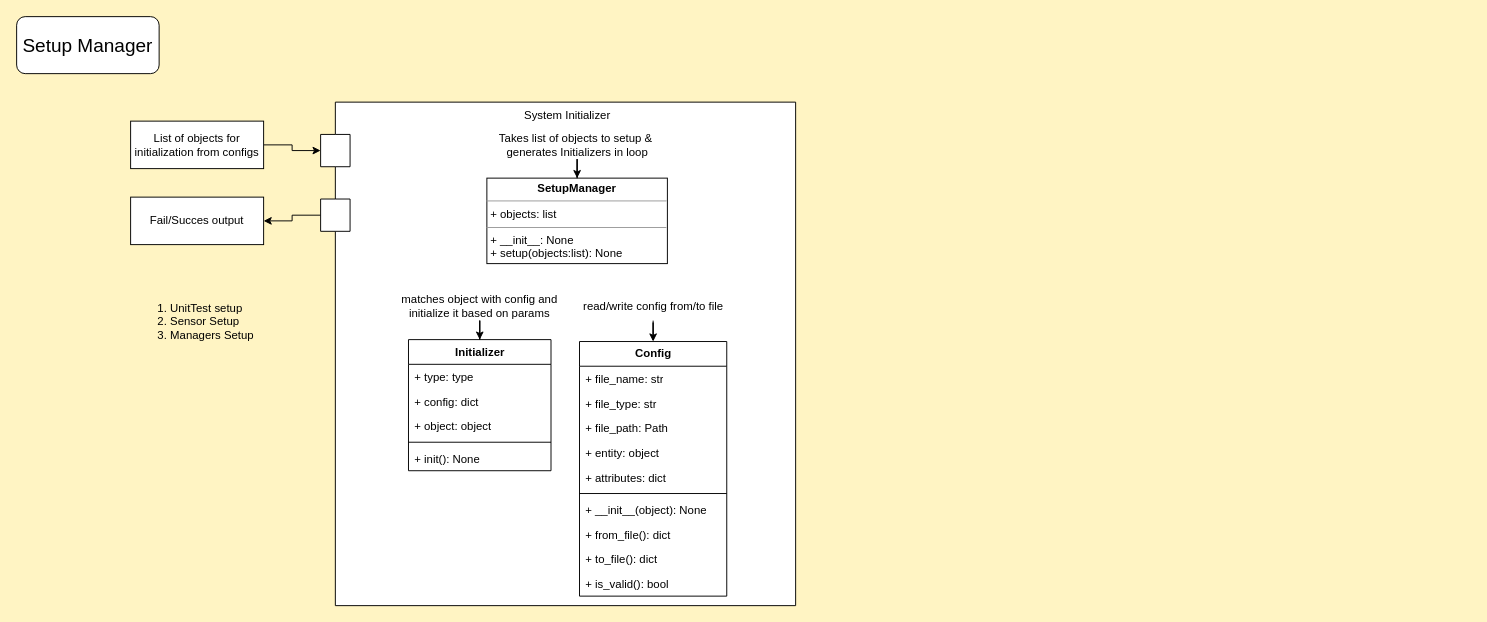
Earlier version of the draw.io diagram diagrams/SetupManager/SetupManager.drawio (fatrybl/ModuSLAM). Source tidied: cells renumbered, new cells numbered last; positions are measured from the earlier drawing's top-left corner, leaving out a move shared by most shapes. Both pictures are drawn from the tidied source at 95%, with x=0, y=0 at pixel (16, 16).
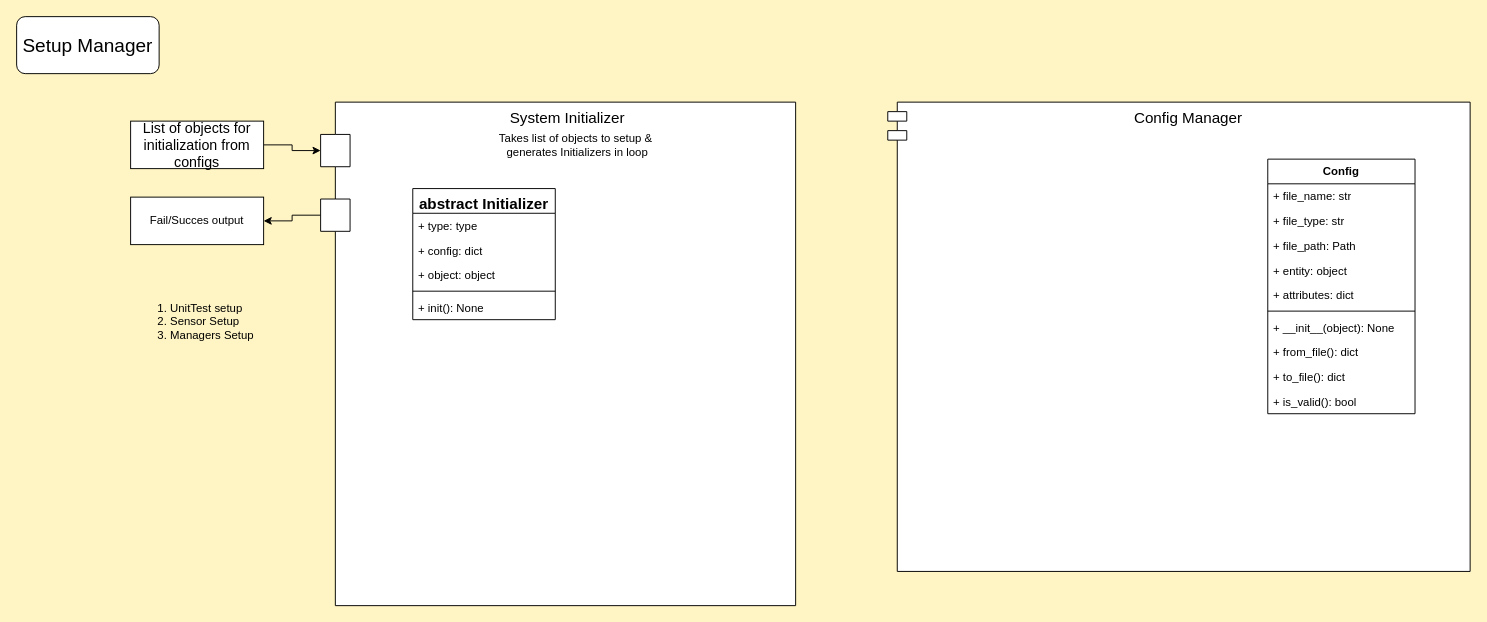
After the change.

Commit message (it also covers changes not shown here):
UPD: diagrams

The change refers to these unchanged cells:
```xml
<mxCell id="24" value="Takes list of objects to setup &amp;amp;&amp;nbsp; generates Initializers in loop" style="text;html=1;strokeColor=none;fillColor=none;align=center;verticalAlign=middle;whiteSpace=wrap;rounded=0;" parent="1" vertex="1">
  <mxGeometry x="492.5" y="120" width="195" height="30" as="geometry" />
</mxCell>
```

The edit, as a diff of the source:
```diff
@@
+    <mxCell id="33" value="&lt;font style=&quot;font-size: 16px;&quot;&gt;Config Manager&lt;/font&gt;" style="shape=module;align=left;spacingLeft=20;align=center;verticalAlign=top;whiteSpace=wrap;html=1;" parent="1" vertex="1">
+      <mxGeometry x="917" y="90" width="613" height="494" as="geometry" />
+    </mxCell>
@@
-    <mxCell id="4" value="System Initializer" style="shape=module;align=left;spacingLeft=20;align=center;verticalAlign=top;whiteSpace=wrap;html=1;jettyWidth=31;jettyHeight=34;" parent="1" vertex="1">
+    <mxCell id="4" value="&lt;font style=&quot;font-size: 16px;&quot;&gt;System Initializer&lt;/font&gt;" style="shape=module;align=left;spacingLeft=20;align=center;verticalAlign=top;whiteSpace=wrap;html=1;jettyWidth=31;jettyHeight=34;" parent="1" vertex="1">
       <mxGeometry x="320" y="90" width="500" height="530" as="geometry" />
     </mxCell>
     <mxCell id="5" value="&lt;b&gt;Config&lt;/b&gt;" style="swimlane;fontStyle=0;horizontal=1;startSize=26;fillColor=none;whiteSpace=wrap;html=1;" parent="1" vertex="1">
-      <mxGeometry x="592.5" y="342" width="155" height="268" as="geometry" />
+      <mxGeometry x="1317" y="150" width="155" height="268" as="geometry" />
     </mxCell>
@@
-    <mxCell id="16" value="Initializer" style="swimlane;fontStyle=1;align=center;verticalAlign=top;horizontal=1;startSize=26;whiteSpace=wrap;html=1;" parent="1" vertex="1">
-      <mxGeometry x="412.5" y="340" width="150" height="138" as="geometry" />
+    <mxCell id="16" value="&lt;font style=&quot;font-size: 16px;&quot;&gt;abstract Initializer&lt;/font&gt;" style="swimlane;fontStyle=1;align=center;verticalAlign=top;horizontal=1;startSize=26;whiteSpace=wrap;html=1;" parent="1" vertex="1">
+      <mxGeometry x="417" y="181" width="150" height="138" as="geometry" />
     </mxCell>
@@
-    <mxCell id="22" value="&lt;p style=&quot;margin:0px;margin-top:4px;text-align:center;&quot;&gt;&lt;b&gt;SetupManager&lt;/b&gt;&lt;/p&gt;&lt;hr size=&quot;1&quot;&gt;&lt;p style=&quot;margin:0px;margin-left:4px;&quot;&gt;+ objects: list&lt;br&gt;&lt;/p&gt;&lt;hr size=&quot;1&quot;&gt;&lt;p style=&quot;margin:0px;margin-left:4px;&quot;&gt;+ __init__: None&lt;br&gt;+ setup(objects:list): None&lt;/p&gt;" style="verticalAlign=top;align=left;overflow=fill;fontSize=12;fontFamily=Helvetica;html=1;whiteSpace=wrap;" parent="1" vertex="1">
-      <mxGeometry x="495" y="170" width="190" height="90" as="geometry" />
-    </mxCell>
-    <mxCell id="23" style="edgeStyle=orthogonalEdgeStyle;rounded=0;jettySize=auto;html=1;entryX=0.5;entryY=0;entryDx=0;entryDy=0;" parent="1" edge="1" source="24" target="22">
-      <mxGeometry relative="1" as="geometry" />
-    </mxCell>
@@
-    <mxCell id="25" style="edgeStyle=orthogonalEdgeStyle;rounded=0;jettySize=auto;html=1;entryX=0.5;entryY=0;entryDx=0;entryDy=0;" parent="1" edge="1" source="26" target="16">
-      <mxGeometry relative="1" as="geometry" />
-    </mxCell>
-    <mxCell id="26" value="matches object with config and initialize it based on params" style="text;html=1;strokeColor=none;fillColor=none;align=center;verticalAlign=middle;whiteSpace=wrap;rounded=0;" parent="1" vertex="1">
-      <mxGeometry x="400" y="290" width="175" height="30" as="geometry" />
-    </mxCell>
-    <mxCell id="27" style="edgeStyle=orthogonalEdgeStyle;rounded=0;jettySize=auto;html=1;entryX=0.5;entryY=0;entryDx=0;entryDy=0;" parent="1" edge="1" source="28" target="5">
-      <mxGeometry relative="1" as="geometry" />
-    </mxCell>
-    <mxCell id="28" value="read/write config from/to file" style="text;html=1;strokeColor=none;fillColor=none;align=center;verticalAlign=middle;whiteSpace=wrap;rounded=0;" parent="1" vertex="1">
-      <mxGeometry x="582.5" y="290" width="175" height="30" as="geometry" />
-    </mxCell>
@@
-    <mxCell id="30" value="List of objects for initialization from configs" style="html=1;whiteSpace=wrap;" parent="1" vertex="1">
+    <mxCell id="30" value="&lt;font style=&quot;font-size: 15px;&quot;&gt;List of objects for initialization from configs&lt;/font&gt;" style="html=1;whiteSpace=wrap;" parent="1" vertex="1">
       <mxGeometry x="120" y="110" width="140" height="50" as="geometry" />
     </mxCell>
```
